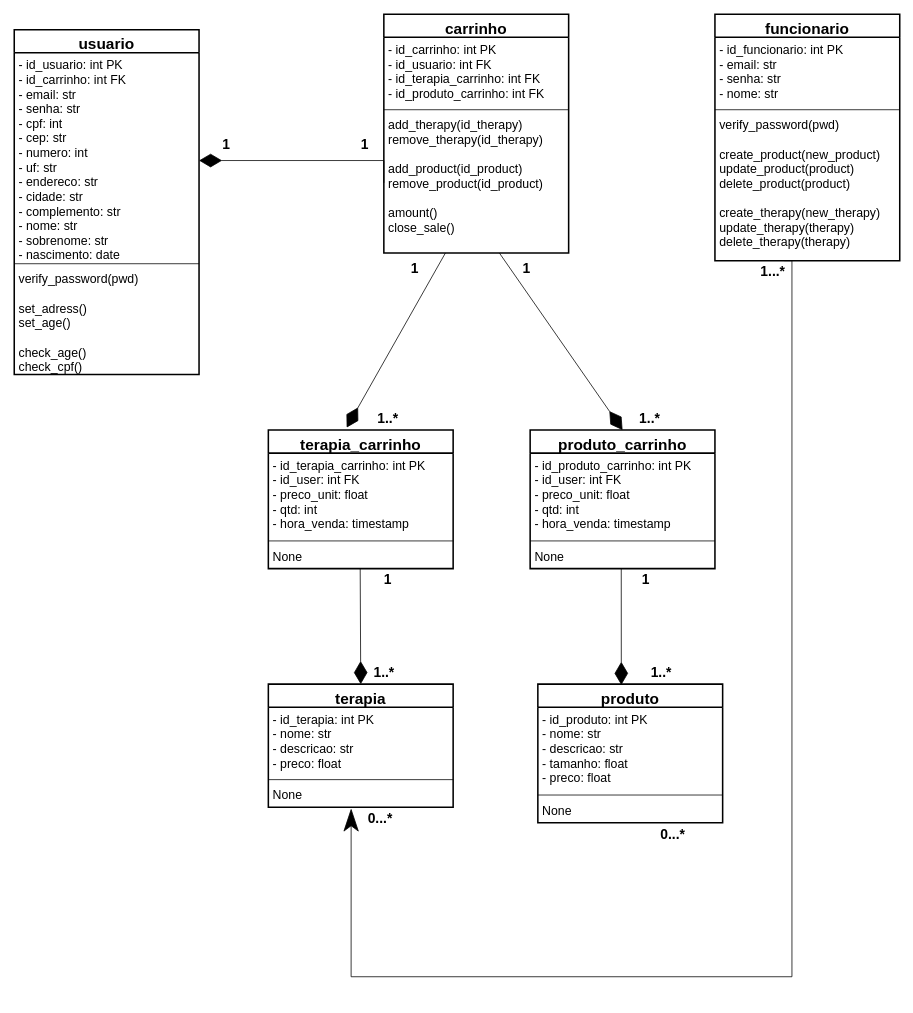
This is Documents/UML-Diagramas.drawio from terrotar/OPE, a draw.io file, before an edit. Source tidied: cells renumbered, new cells numbered last; positions are measured from the earlier drawing's top-left corner, leaving out a move shared by most shapes. Both pictures are drawn from the tidied source at 77%, with x=0, y=0 at pixel (14, 14).
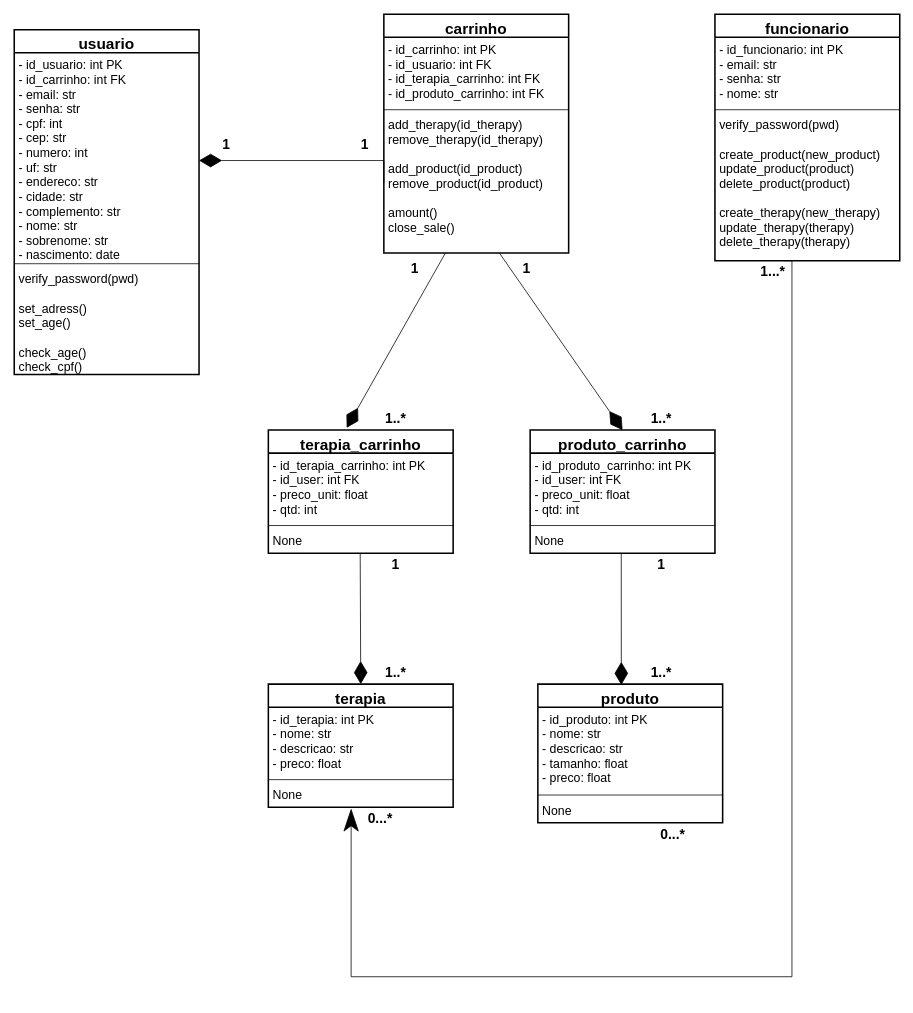
The same diagram, later.

Commit message (it also covers changes not shown here):
Deletado coluna data_venda da tabela terapia_carrinho; criado tabela terapia_carrinho.

Change to the diagram source:
```diff
@@
     <mxCell id="19" value="terapia_carrinho" style="swimlane;fontStyle=1;align=center;verticalAlign=top;horizontal=1;startSize=30;strokeWidth=2;fontSize=20;" parent="1" vertex="1">
-      <mxGeometry x="330" y="540" width="240" height="180" as="geometry" />
+      <mxGeometry x="330" y="540" width="240" height="160" as="geometry" />
     </mxCell>
-    <mxCell id="20" value="- id_terapia_carrinho: int PK&#10;- id_user: int FK&#10;- preco_unit: float&#10;- qtd: int&#10;- hora_venda: timestamp&#10;" style="text;strokeColor=none;fillColor=none;align=left;verticalAlign=top;spacingLeft=4;spacingRight=4;overflow=hidden;fontSize=16;" parent="19" vertex="1">
-      <mxGeometry y="30" width="240" height="110" as="geometry" />
+    <mxCell id="20" value="- id_terapia_carrinho: int PK&#10;- id_user: int FK&#10;- preco_unit: float&#10;- qtd: int&#10;" style="text;strokeColor=none;fillColor=none;align=left;verticalAlign=top;spacingLeft=4;spacingRight=4;overflow=hidden;fontSize=16;" parent="19" vertex="1">
+      <mxGeometry y="30" width="240" height="90" as="geometry" />
     </mxCell>
     <mxCell id="21" style="line;strokeWidth=1;fillColor=none;align=left;verticalAlign=middle;spacingTop=-1;spacingLeft=3;spacingRight=3;labelPosition=right;" parent="19" vertex="1">
-      <mxGeometry y="140" width="240" height="8" as="geometry" />
+      <mxGeometry y="120" width="240" height="8" as="geometry" />
     </mxCell>
     <mxCell id="22" value="None" style="text;strokeColor=none;fillColor=none;align=left;verticalAlign=top;spacingLeft=4;spacingRight=4;overflow=hidden;points=[[0,0.5],[1,0.5]];portConstraint=eastwest;fontSize=16;" parent="19" vertex="1">
-      <mxGeometry y="148" width="240" height="32" as="geometry" />
+      <mxGeometry y="128" width="240" height="32" as="geometry" />
     </mxCell>
     <mxCell id="23" value="produto_carrinho" style="swimlane;fontStyle=1;align=center;verticalAlign=top;horizontal=1;startSize=30;strokeWidth=2;fontSize=20;" parent="1" vertex="1">
-      <mxGeometry x="670" y="540" width="240" height="180" as="geometry" />
+      <mxGeometry x="670" y="540" width="240" height="160" as="geometry" />
     </mxCell>
-    <mxCell id="24" value="- id_produto_carrinho: int PK&#10;- id_user: int FK&#10;- preco_unit: float&#10;- qtd: int&#10;- hora_venda: timestamp" style="text;strokeColor=none;fillColor=none;align=left;verticalAlign=top;spacingLeft=4;spacingRight=4;overflow=hidden;fontSize=16;" parent="23" vertex="1">
-      <mxGeometry y="30" width="240" height="110" as="geometry" />
+    <mxCell id="24" value="- id_produto_carrinho: int PK&#10;- id_user: int FK&#10;- preco_unit: float&#10;- qtd: int" style="text;strokeColor=none;fillColor=none;align=left;verticalAlign=top;spacingLeft=4;spacingRight=4;overflow=hidden;fontSize=16;" parent="23" vertex="1">
+      <mxGeometry y="30" width="240" height="90" as="geometry" />
     </mxCell>
     <mxCell id="25" style="line;strokeWidth=1;fillColor=none;align=left;verticalAlign=middle;spacingTop=-1;spacingLeft=3;spacingRight=3;labelPosition=right;" parent="23" vertex="1">
-      <mxGeometry y="140" width="240" height="8" as="geometry" />
+      <mxGeometry y="120" width="240" height="8" as="geometry" />
     </mxCell>
     <mxCell id="26" value="None" style="text;strokeColor=none;fillColor=none;align=left;verticalAlign=top;spacingLeft=4;spacingRight=4;overflow=hidden;points=[[0,0.5],[1,0.5]];portConstraint=eastwest;fontSize=16;" parent="23" vertex="1">
-      <mxGeometry y="148" width="240" height="32" as="geometry" />
+      <mxGeometry y="128" width="240" height="32" as="geometry" />
     </mxCell>
@@
     <mxCell id="37" value="1..*" style="text;html=1;align=center;verticalAlign=middle;strokeColor=none;fillColor=none;fontSize=18;fontStyle=1;" parent="1" vertex="1">
-      <mxGeometry x="460" y="840" width="40" height="30" as="geometry" />
+      <mxGeometry x="475" y="840" width="40" height="30" as="geometry" />
     </mxCell>
     <mxCell id="38" value="1" style="text;html=1;align=center;verticalAlign=middle;strokeColor=none;fillColor=none;fontSize=18;fontStyle=1;" parent="1" vertex="1">
-      <mxGeometry x="470" y="720" width="30" height="30" as="geometry" />
+      <mxGeometry x="480" y="700" width="30" height="30" as="geometry" />
     </mxCell>
     <mxCell id="39" value="1" style="text;html=1;align=center;verticalAlign=middle;strokeColor=none;fillColor=none;fontSize=18;fontStyle=1;" parent="1" vertex="1">
-      <mxGeometry x="805" y="720" width="30" height="30" as="geometry" />
+      <mxGeometry x="825" y="700" width="30" height="30" as="geometry" />
     </mxCell>
@@
     <mxCell id="43" value="1..*" style="text;html=1;align=center;verticalAlign=middle;strokeColor=none;fillColor=none;fontSize=18;fontStyle=1;" parent="1" vertex="1">
-      <mxGeometry x="465" y="510" width="40" height="30" as="geometry" />
+      <mxGeometry x="475" y="510" width="40" height="30" as="geometry" />
     </mxCell>
     <mxCell id="44" value="1..*" style="text;html=1;align=center;verticalAlign=middle;strokeColor=none;fillColor=none;fontSize=18;fontStyle=1;" parent="1" vertex="1">
-      <mxGeometry x="805" y="510" width="40" height="30" as="geometry" />
+      <mxGeometry x="820" y="510" width="40" height="30" as="geometry" />
     </mxCell>
```
